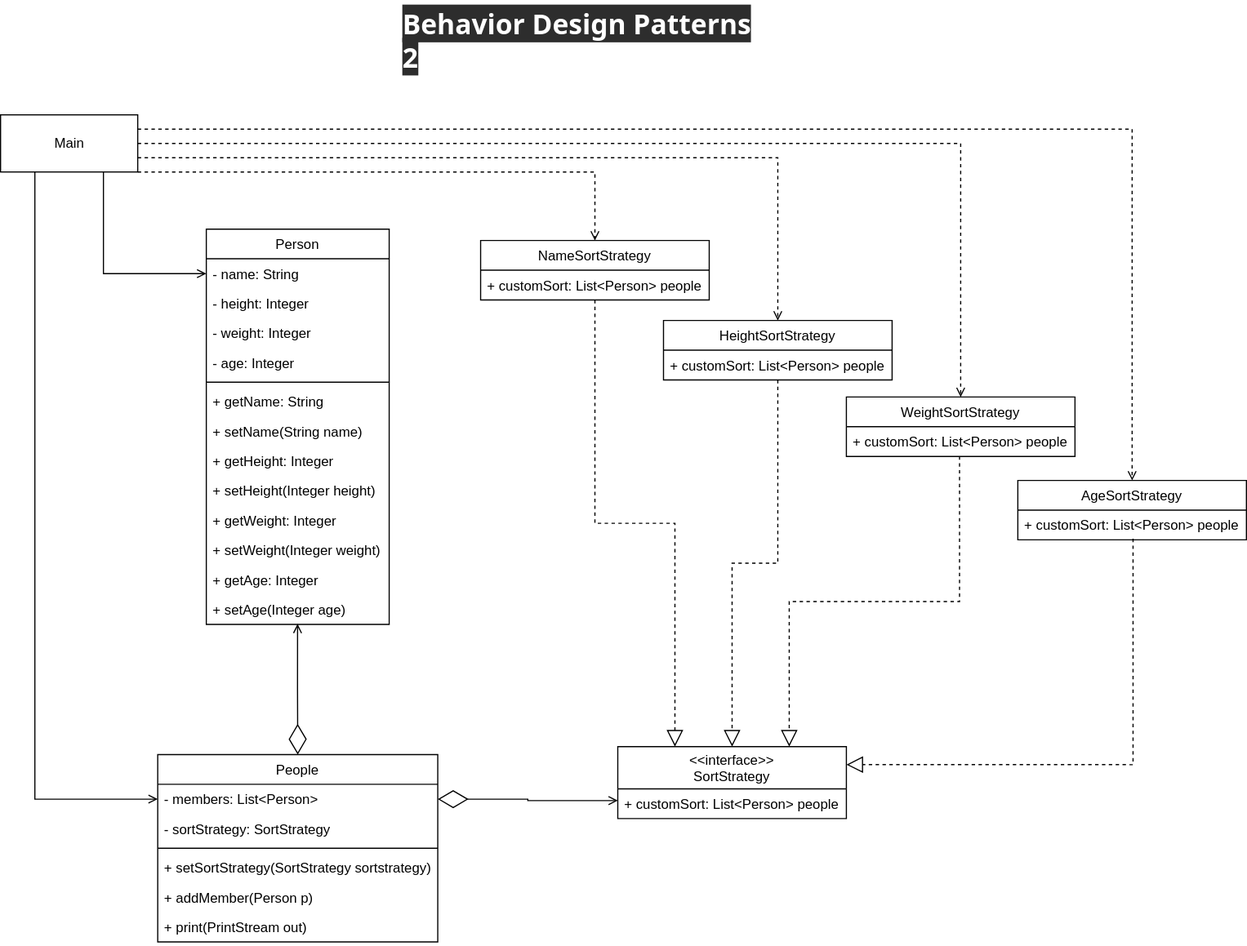
Above: SoftArchDesign#4/Behavior Design Patterns 2.drawio.svg in dnrecording/SAD (draw.io), before the change. Source tidied: cells renumbered, new cells last; positions are measured from the earlier drawing's top-left corner, leaving out a move shared by most shapes.
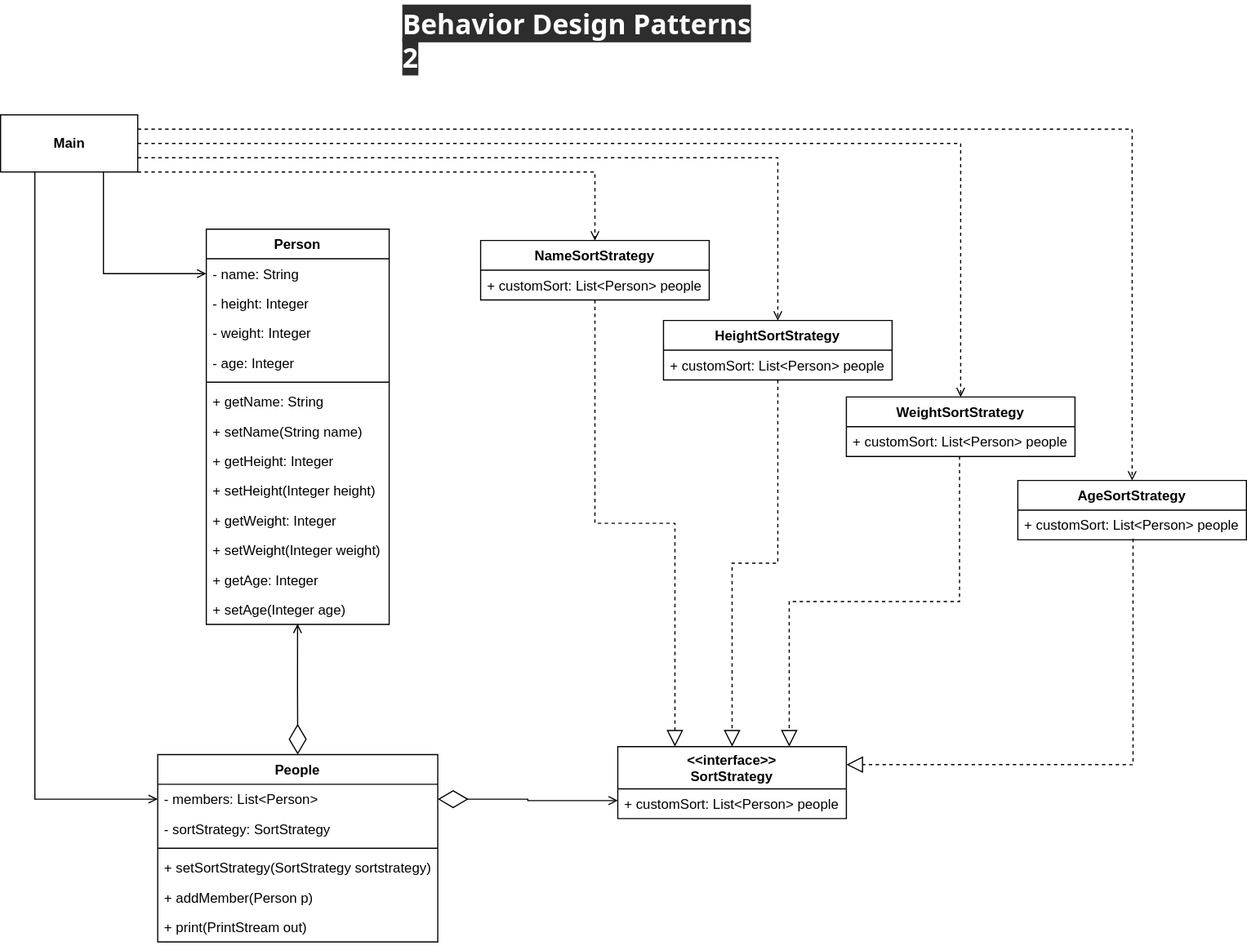
The same diagram one commit later.

Change to the diagram source:
```diff
@@ -5,31 +5,31 @@
     <mxCell id="2" value="&lt;span style=&quot;color: rgb(255, 255, 255); font-family: &amp;quot;segoe ui web&amp;quot;, &amp;quot;segoe ui&amp;quot;, &amp;quot;segoe wp&amp;quot;, &amp;quot;segoe ui emoji&amp;quot;, tahoma, arial, sans-serif; font-size: 24px; font-style: normal; font-weight: 600; letter-spacing: normal; text-indent: 0px; text-transform: none; word-spacing: 0px; background-color: rgb(45, 45, 45); display: inline; float: none;&quot;&gt;Behavior Design Patterns 2&lt;/span&gt;" style="text;whiteSpace=wrap;html=1;" parent="1" vertex="1">
       <mxGeometry x="350" width="320" height="30" as="geometry" />
     </mxCell>
-    <mxCell id="3" value="&lt;&lt;interface&gt;&gt;&#10;SortStrategy" style="swimlane;fontStyle=0;horizontal=1;startSize=37;fillColor=none;" parent="1" vertex="1">
+    <mxCell id="3" value="&lt;&lt;interface&gt;&gt;&#10;SortStrategy" style="swimlane;fontStyle=1;horizontal=1;startSize=37;fillColor=none;" parent="1" vertex="1">
       <mxGeometry x="540" y="653" width="200" height="63" as="geometry" />
     </mxCell>
     <mxCell id="4" value="+ customSort: List&lt;Person&gt; people" style="text;strokeColor=none;fillColor=none;align=left;verticalAlign=top;spacingLeft=4;spacingRight=4;overflow=hidden;" parent="3" vertex="1">
       <mxGeometry y="37" width="200" height="26" as="geometry" />
     </mxCell>
-    <mxCell id="5" value="WeightSortStrategy" style="swimlane;fontStyle=0;horizontal=1;startSize=26;fillColor=none;" parent="1" vertex="1">
+    <mxCell id="5" value="WeightSortStrategy" style="swimlane;fontStyle=1;horizontal=1;startSize=26;fillColor=none;" parent="1" vertex="1">
       <mxGeometry x="740" y="347" width="200" height="52" as="geometry" />
     </mxCell>
     <mxCell id="6" value="+ customSort: List&lt;Person&gt; people" style="text;strokeColor=none;fillColor=none;align=left;verticalAlign=top;spacingLeft=4;spacingRight=4;overflow=hidden;points=[[0,0.5],[1,0.5]];portConstraint=eastwest;" parent="5" vertex="1">
       <mxGeometry y="26" width="200" height="26" as="geometry" />
     </mxCell>
-    <mxCell id="7" value="HeightSortStrategy" style="swimlane;fontStyle=0;horizontal=1;startSize=26;fillColor=none;" parent="1" vertex="1">
+    <mxCell id="7" value="HeightSortStrategy" style="swimlane;fontStyle=1;horizontal=1;startSize=26;fillColor=none;" parent="1" vertex="1">
       <mxGeometry x="580" y="280" width="200" height="52" as="geometry" />
     </mxCell>
     <mxCell id="8" value="+ customSort: List&lt;Person&gt; people" style="text;strokeColor=none;fillColor=none;align=left;verticalAlign=top;spacingLeft=4;spacingRight=4;overflow=hidden;" parent="7" vertex="1">
       <mxGeometry y="26" width="200" height="26" as="geometry" />
     </mxCell>
-    <mxCell id="9" value="AgeSortStrategy" style="swimlane;fontStyle=0;horizontal=1;startSize=26;fillColor=none;" parent="1" vertex="1">
+    <mxCell id="9" value="AgeSortStrategy" style="swimlane;fontStyle=1;horizontal=1;startSize=26;fillColor=none;" parent="1" vertex="1">
       <mxGeometry x="890" y="420" width="200" height="52" as="geometry" />
     </mxCell>
     <mxCell id="10" value="+ customSort: List&lt;Person&gt; people" style="text;strokeColor=none;fillColor=none;align=left;verticalAlign=top;spacingLeft=4;spacingRight=4;overflow=hidden;points=[[0,0.5],[1,0.5]];portConstraint=eastwest;" parent="9" vertex="1">
       <mxGeometry y="26" width="200" height="26" as="geometry" />
     </mxCell>
-    <mxCell id="11" value="NameSortStrategy" style="swimlane;fontStyle=0;horizontal=1;startSize=26;fillColor=none;" parent="1" vertex="1">
+    <mxCell id="11" value="NameSortStrategy" style="swimlane;fontStyle=1;horizontal=1;startSize=26;fillColor=none;" parent="1" vertex="1">
       <mxGeometry x="420" y="210" width="200" height="52" as="geometry" />
     </mxCell>
     <mxCell id="12" value="+ customSort: List&lt;Person&gt; people" style="text;strokeColor=none;fillColor=none;align=left;verticalAlign=top;spacingLeft=4;spacingRight=4;overflow=hidden;" parent="11" vertex="1">
@@ -47,7 +47,7 @@
     <mxCell id="16" style="endArrow=block;dashed=1;endFill=0;endSize=12;html=1;rounded=0;edgeStyle=orthogonalEdgeStyle;entryX=0.75;entryY=0;entryDx=0;entryDy=0;exitX=0.495;exitY=0.997;exitDx=0;exitDy=0;exitPerimeter=0;" parent="1" edge="1" source="6" target="3">
       <mxGeometry relative="1" as="geometry" />
     </mxCell>
-    <mxCell id="17" value="People" style="swimlane;fontStyle=0;align=center;verticalAlign=top;horizontal=1;startSize=26;" parent="1" vertex="1">
+    <mxCell id="17" value="People" style="swimlane;fontStyle=1;align=center;verticalAlign=top;horizontal=1;startSize=26;" parent="1" vertex="1">
       <mxGeometry x="137.5" y="660" width="245" height="164" as="geometry" />
     </mxCell>
     <mxCell id="18" value="- members: List&lt;Person&gt;" style="text;strokeColor=none;fillColor=none;align=left;verticalAlign=top;spacingLeft=4;spacingRight=4;overflow=hidden;points=[[0,0.5],[1,0.5]];portConstraint=eastwest;" parent="17" vertex="1">
@@ -68,7 +68,7 @@
     <mxCell id="23" value="+ print(PrintStream out)" style="text;strokeColor=none;fillColor=none;align=left;verticalAlign=top;spacingLeft=4;spacingRight=4;overflow=hidden;" parent="17" vertex="1">
       <mxGeometry y="138" width="245" height="26" as="geometry" />
     </mxCell>
-    <mxCell id="24" value="Person" style="swimlane;fontStyle=0;align=center;verticalAlign=top;horizontal=1;startSize=26;" parent="1" vertex="1">
+    <mxCell id="24" value="Person" style="swimlane;fontStyle=1;align=center;verticalAlign=top;horizontal=1;startSize=26;" parent="1" vertex="1">
       <mxGeometry x="180" y="200" width="160" height="346" as="geometry" />
     </mxCell>
     <mxCell id="25" value="- name: String" style="text;strokeColor=none;fillColor=none;align=left;verticalAlign=top;spacingLeft=4;spacingRight=4;overflow=hidden;points=[[0,0.5],[1,0.5]];portConstraint=eastwest;" parent="24" vertex="1">
@@ -116,7 +116,7 @@
     <mxCell id="39" style="edgeStyle=orthogonalEdgeStyle;rounded=0;jettySize=auto;html=1;exitX=0.25;exitY=1;exitDx=0;exitDy=0;entryX=0;entryY=0.5;entryDx=0;entryDy=0;endArrow=open;endFill=0;" parent="1" edge="1" source="40" target="18">
       <mxGeometry relative="1" as="geometry" />
     </mxCell>
-    <mxCell id="40" value="Main" style="html=1;" parent="1" vertex="1">
+    <mxCell id="40" value="&lt;b&gt;Main&lt;/b&gt;" style="html=1;" parent="1" vertex="1">
       <mxGeometry y="100" width="120" height="50" as="geometry" />
     </mxCell>
     <mxCell id="41" style="endArrow=diamondThin;endFill=0;endSize=24;html=1;rounded=0;startArrow=open;startFill=0;entryX=1;entryY=0.5;entryDx=0;entryDy=0;exitX=0;exitY=0.75;exitDx=0;exitDy=0;strokeWidth=1;edgeStyle=orthogonalEdgeStyle;" parent="1" edge="1" source="3" target="18">
```
